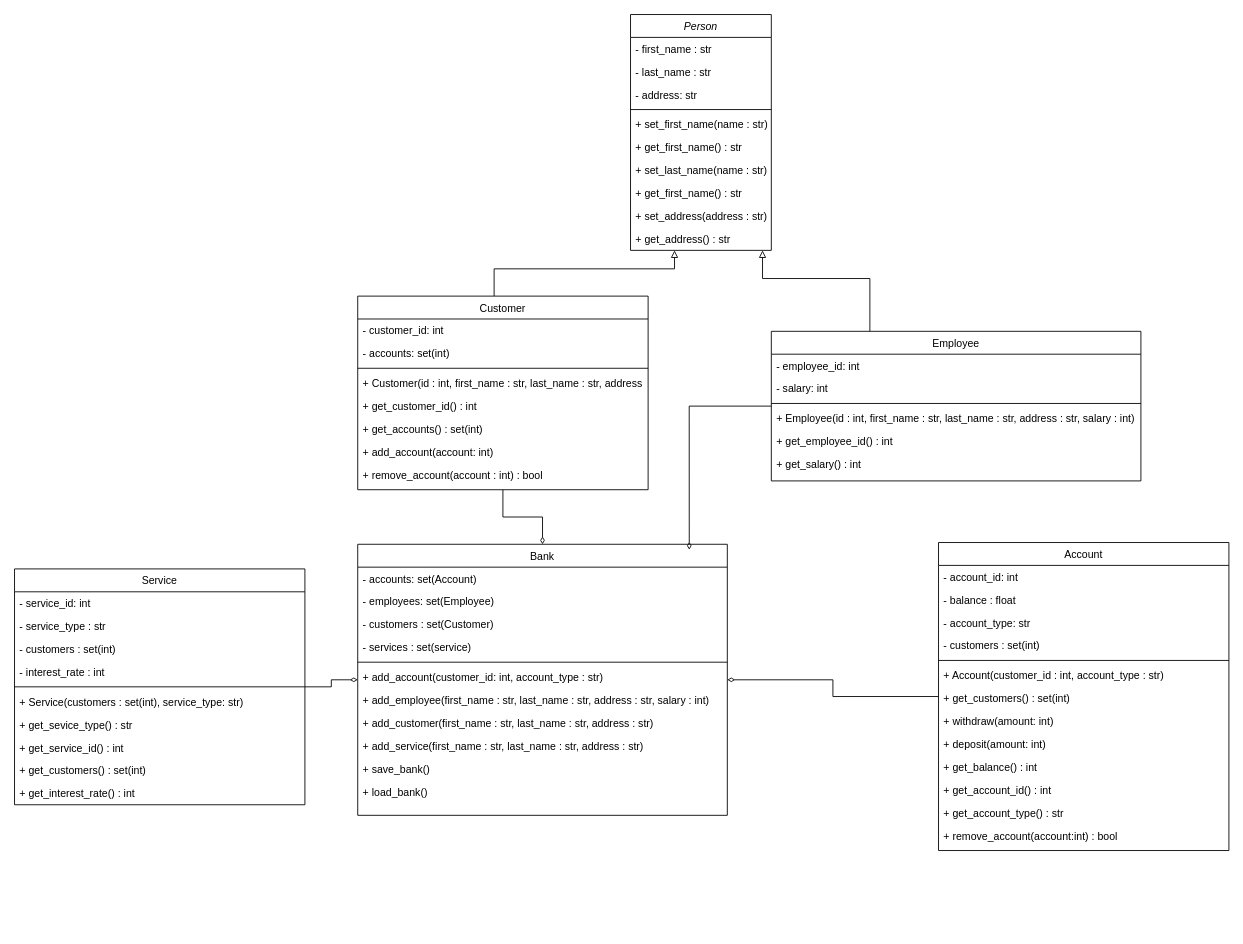
Above: Test.drawio in BoasLee/Bank_project (draw.io), before the change. Source tidied: cells renumbered, new cells numbered last; positions are measured from the earlier drawing's top-left corner, leaving out a move shared by most shapes. Both pictures are drawn from the tidied source at 88%, with x=0, y=0 at pixel (14, 14).
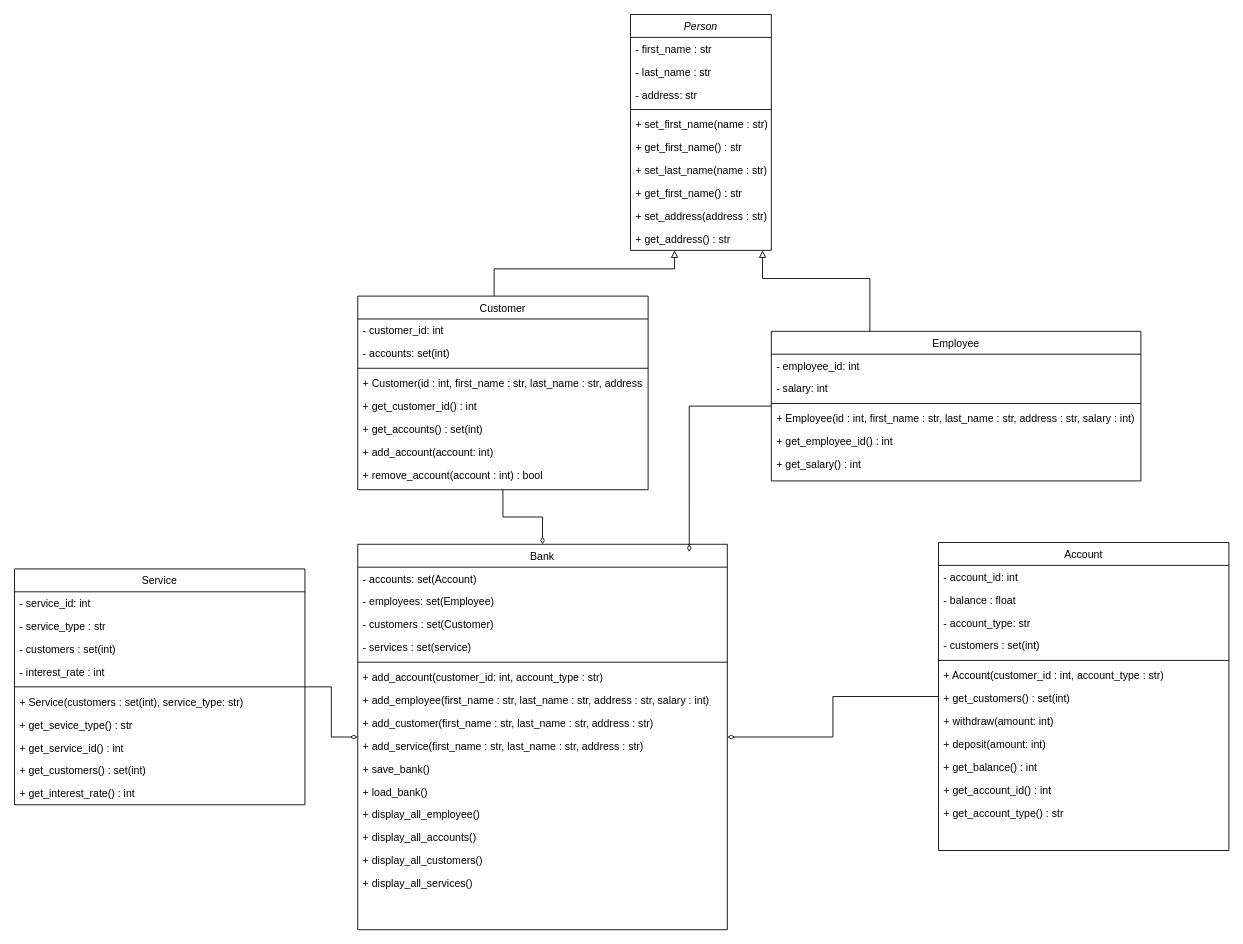
The same page after the edit.

The change refers to these unchanged cells:
```xml
<mxCell id="25" value="Account" style="swimlane;fontStyle=0;align=center;verticalAlign=top;horizontal=1;startSize=26;rounded=0;shadow=0;strokeWidth=1;" parent="1" vertex="1">
  <mxGeometry x="1050" y="600" width="330" height="350" as="geometry" />
</mxCell>
```

The edit, as a diff of the source:
```diff
@@
-    <mxCell id="38" value="+ remove_account(account:int) : bool" style="text;align=left;verticalAlign=top;spacingLeft=4;spacingRight=4;overflow=hidden;" parent="25" vertex="1">
-      <mxGeometry y="320" width="330" height="26" as="geometry" />
-    </mxCell>
     <mxCell id="39" value="Bank" style="swimlane;fontStyle=0;align=center;verticalAlign=top;horizontal=1;startSize=26;rounded=0;shadow=0;strokeWidth=1;" parent="1" vertex="1">
-      <mxGeometry x="390" y="602" width="420" height="308" as="geometry" />
+      <mxGeometry x="390" y="602" width="420" height="438" as="geometry" />
     </mxCell>
@@
+    <mxCell id="72" value="+ display_all_employee()" style="text;align=left;verticalAlign=top;spacingLeft=4;spacingRight=4;overflow=hidden;" parent="39" vertex="1">
+      <mxGeometry y="294" width="420" height="26" as="geometry" />
+    </mxCell>
+    <mxCell id="73" value="+ display_all_accounts()" style="text;align=left;verticalAlign=top;spacingLeft=4;spacingRight=4;overflow=hidden;" parent="39" vertex="1">
+      <mxGeometry y="320" width="420" height="26" as="geometry" />
+    </mxCell>
+    <mxCell id="74" value="+ display_all_customers()" style="text;align=left;verticalAlign=top;spacingLeft=4;spacingRight=4;overflow=hidden;" parent="39" vertex="1">
+      <mxGeometry y="346" width="420" height="26" as="geometry" />
+    </mxCell>
+    <mxCell id="75" value="+ display_all_services()" style="text;align=left;verticalAlign=top;spacingLeft=4;spacingRight=4;overflow=hidden;" parent="39" vertex="1">
+      <mxGeometry y="372" width="420" height="26" as="geometry" />
+    </mxCell>
```
